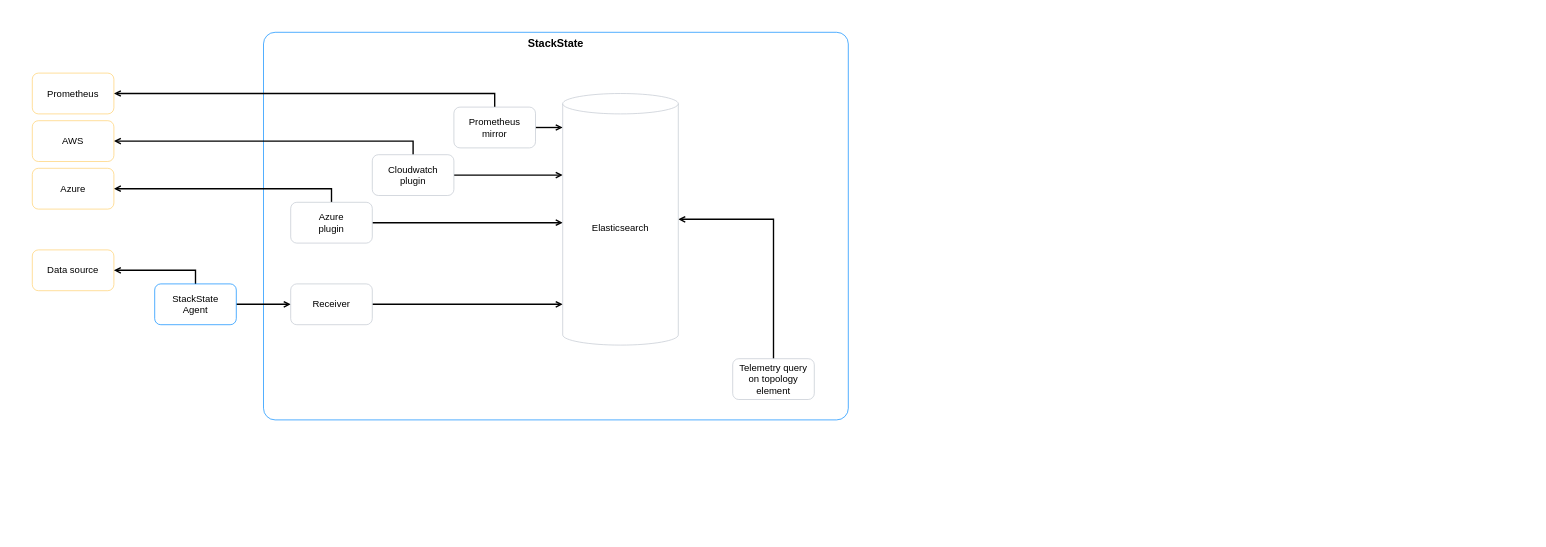
StackVista/stackstate-docs keeps this draw.io diagram as resources/drawio/telemetry-sync.drawio. Above is the earlier version. Source tidied: cells renumbered, new cells numbered last; positions are measured from the earlier drawing's top-left corner, leaving out a move shared by most shapes. Both pictures are drawn from the tidied source at 68%, with x=0, y=0 at pixel (12, 12).
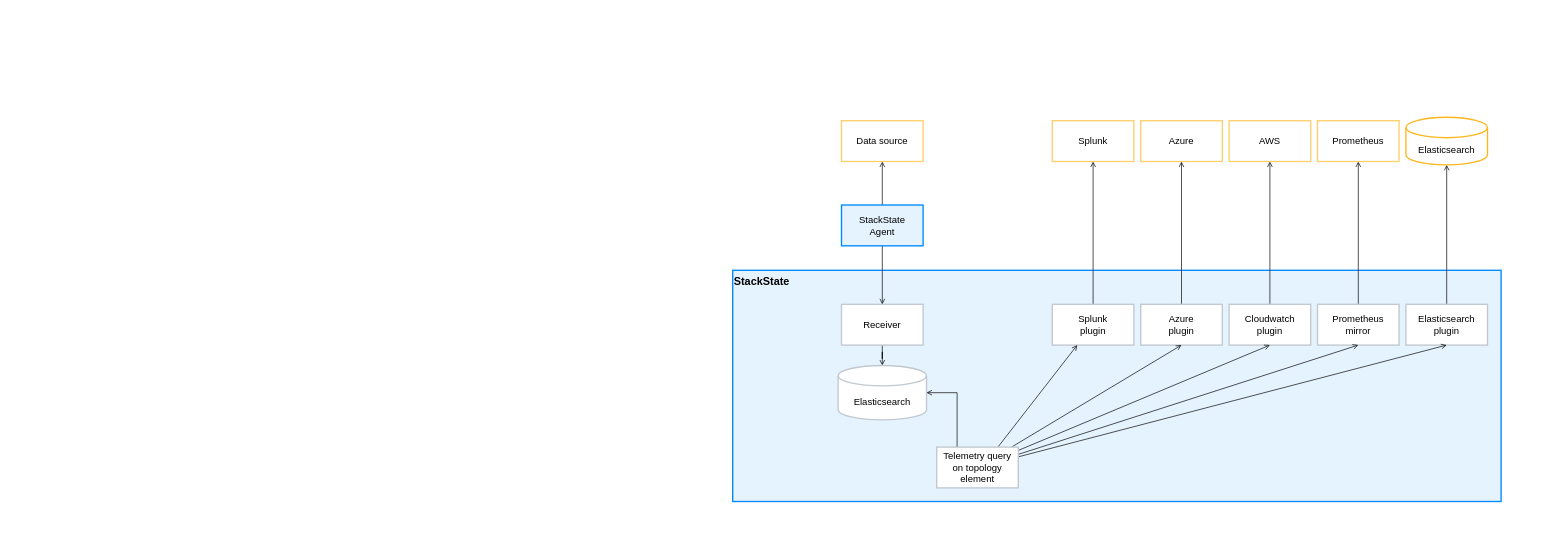
After the change.

What changed in the source:
```diff
@@
     <mxCell id="2" style="rounded=0;whiteSpace=wrap;html=1;strokeColor=none;strokeWidth=3;fontSize=14;verticalAlign=top;" parent="1" vertex="1">
-      <mxGeometry width="1300" height="630" as="geometry" />
+      <mxGeometry x="990" y="40" width="1250" height="730" as="geometry" />
     </mxCell>
-    <mxCell id="3" value="&lt;b&gt;&lt;font style=&quot;font-size: 16px&quot;&gt;StackState&lt;/font&gt;&lt;/b&gt;" style="rounded=1;whiteSpace=wrap;html=1;strokeWidth=1;strokeColor=#008AFF;arcSize=3;verticalAlign=top;" parent="1" vertex="1">
-      <mxGeometry x="370" y="30" width="860" height="570" as="geometry" />
+    <mxCell id="3" value="&lt;b&gt;&lt;font style=&quot;font-size: 16px&quot;&gt;StackState&lt;/font&gt;&lt;/b&gt;" style="rounded=0;whiteSpace=wrap;html=1;strokeWidth=2;strokeColor=#008AFF;arcSize=2;verticalAlign=top;fillColor=#008AFF;fillOpacity=10;align=left;" parent="1" vertex="1">
+      <mxGeometry x="1060" y="380" width="1130" height="340" as="geometry" />
     </mxCell>
-    <mxCell id="4" style="edgeStyle=orthogonalEdgeStyle;rounded=0;jettySize=auto;html=1;entryX=1;entryY=0.5;entryDx=0;entryDy=0;entryPerimeter=0;fontSize=14;endArrow=open;endFill=0;strokeWidth=2;exitX=0.5;exitY=0;exitDx=0;exitDy=0;" parent="1" edge="1" source="5" target="24">
-      <mxGeometry relative="1" as="geometry" />
-    </mxCell>
-    <mxCell id="5" value="Telemetry query on topology element" style="rounded=1;whiteSpace=wrap;html=1;strokeColor=#C1C8D0;strokeWidth=1;fontSize=14;" parent="1" vertex="1">
-      <mxGeometry x="1060" y="510" width="120" height="60" as="geometry" />
-    </mxCell>
+    <mxCell id="29" style="edgeStyle=none;rounded=0;jettySize=auto;html=1;entryX=0.5;entryY=1;entryDx=0;entryDy=0;entryPerimeter=0;fontSize=14;endArrow=open;endFill=0;strokeWidth=1;" parent="1" edge="1" source="30" target="43">
+      <mxGeometry relative="1" as="geometry" />
+    </mxCell>
+    <mxCell id="30" value="Elasticsearch&lt;br&gt;plugin" style="rounded=0;whiteSpace=wrap;html=1;strokeColor=#C1C8D0;strokeWidth=2;fontSize=14;" parent="1" vertex="1">
+      <mxGeometry x="2050" y="430" width="120" height="60" as="geometry" />
+    </mxCell>
-    <mxCell id="6" style="edgeStyle=orthogonalEdgeStyle;rounded=0;jettySize=auto;html=1;fontSize=16;endArrow=open;endFill=0;strokeWidth=2;entryX=1;entryY=0.5;entryDx=0;entryDy=0;exitX=0.5;exitY=0;exitDx=0;exitDy=0;" parent="1" edge="1" source="8" target="23">
+    <mxCell id="6" style="edgeStyle=none;rounded=0;jettySize=auto;html=1;entryX=0.5;entryY=1;entryDx=0;entryDy=0;fontSize=14;endArrow=open;endFill=0;strokeWidth=1;" parent="1" edge="1" source="8" target="23">
       <mxGeometry relative="1" as="geometry" />
     </mxCell>
-    <mxCell id="7" style="edgeStyle=orthogonalEdgeStyle;rounded=0;jettySize=auto;html=1;entryX=0;entryY=0.5;entryDx=0;entryDy=0;fontSize=12;endArrow=open;endFill=0;strokeWidth=2;" parent="1" edge="1" source="8" target="28">
-      <mxGeometry relative="1" as="geometry" />
-    </mxCell>
-    <mxCell id="8" value="Prometheus&lt;br&gt;mirror" style="rounded=1;whiteSpace=wrap;html=1;strokeColor=#C1C8D0;strokeWidth=1;fontSize=14;" parent="1" vertex="1">
-      <mxGeometry x="650" y="140" width="120" height="60" as="geometry" />
+    <mxCell id="8" value="Prometheus&lt;br&gt;mirror" style="rounded=0;whiteSpace=wrap;html=1;strokeColor=#C1C8D0;strokeWidth=2;fontSize=14;" parent="1" vertex="1">
+      <mxGeometry x="1920" y="430" width="120" height="60" as="geometry" />
     </mxCell>
-    <mxCell id="9" style="edgeStyle=orthogonalEdgeStyle;rounded=0;jettySize=auto;html=1;entryX=1;entryY=0.5;entryDx=0;entryDy=0;fontSize=16;endArrow=open;endFill=0;strokeWidth=2;exitX=0.5;exitY=0;exitDx=0;exitDy=0;" parent="1" edge="1" source="11" target="16">
+    <mxCell id="9" style="edgeStyle=none;rounded=0;jettySize=auto;html=1;entryX=0.5;entryY=1;entryDx=0;entryDy=0;fontSize=14;endArrow=open;endFill=0;strokeWidth=1;" parent="1" edge="1" source="11" target="16">
       <mxGeometry relative="1" as="geometry" />
     </mxCell>
-    <mxCell id="10" style="edgeStyle=orthogonalEdgeStyle;rounded=0;jettySize=auto;html=1;fontSize=12;endArrow=open;endFill=0;strokeWidth=2;" parent="1" edge="1" source="11" target="27">
-      <mxGeometry relative="1" as="geometry" />
-    </mxCell>
-    <mxCell id="11" value="Cloudwatch&lt;br&gt;plugin" style="rounded=1;whiteSpace=wrap;html=1;strokeColor=#C1C8D0;strokeWidth=1;fontSize=14;" parent="1" vertex="1">
-      <mxGeometry x="530" y="210" width="120" height="60" as="geometry" />
+    <mxCell id="11" value="Cloudwatch&lt;br&gt;plugin" style="rounded=0;whiteSpace=wrap;html=1;strokeColor=#C1C8D0;strokeWidth=2;fontSize=14;" parent="1" vertex="1">
+      <mxGeometry x="1790" y="430" width="120" height="60" as="geometry" />
     </mxCell>
-    <mxCell id="12" style="edgeStyle=orthogonalEdgeStyle;rounded=0;jettySize=auto;html=1;exitX=0.5;exitY=0;exitDx=0;exitDy=0;entryX=1;entryY=0.5;entryDx=0;entryDy=0;fontSize=16;endArrow=open;endFill=0;strokeWidth=2;" parent="1" edge="1" source="14" target="17">
+    <mxCell id="12" style="edgeStyle=none;rounded=0;jettySize=auto;html=1;entryX=0.5;entryY=1;entryDx=0;entryDy=0;fontSize=14;endArrow=open;endFill=0;strokeWidth=1;" parent="1" edge="1" source="14" target="17">
       <mxGeometry relative="1" as="geometry" />
     </mxCell>
-    <mxCell id="13" style="edgeStyle=orthogonalEdgeStyle;rounded=0;jettySize=auto;html=1;exitX=1;exitY=0.5;exitDx=0;exitDy=0;entryX=0;entryY=0.5;entryDx=0;entryDy=0;fontSize=16;endArrow=open;endFill=0;strokeWidth=2;" parent="1" edge="1" source="14" target="26">
-      <mxGeometry relative="1" as="geometry" />
-    </mxCell>
-    <mxCell id="14" value="Azure&lt;br&gt;plugin" style="rounded=1;whiteSpace=wrap;html=1;strokeColor=#C1C8D0;strokeWidth=1;fontSize=14;" parent="1" vertex="1">
-      <mxGeometry x="410" y="280" width="120" height="60" as="geometry" />
+    <mxCell id="14" value="Azure&lt;br&gt;plugin" style="rounded=0;whiteSpace=wrap;html=1;strokeColor=#C1C8D0;strokeWidth=2;fontSize=14;" parent="1" vertex="1">
+      <mxGeometry x="1660" y="430" width="120" height="60" as="geometry" />
     </mxCell>
+    <mxCell id="31" style="edgeStyle=none;rounded=0;jettySize=auto;html=1;entryX=0.5;entryY=1;entryDx=0;entryDy=0;fontSize=14;endArrow=open;endFill=0;strokeWidth=1;" parent="1" edge="1" source="32" target="44">
+      <mxGeometry relative="1" as="geometry" />
+    </mxCell>
+    <mxCell id="32" value="Splunk&lt;br&gt;plugin" style="rounded=0;whiteSpace=wrap;html=1;strokeColor=#C1C8D0;strokeWidth=2;fontSize=14;" parent="1" vertex="1">
+      <mxGeometry x="1530" y="430" width="120" height="60" as="geometry" />
+    </mxCell>
+    <mxCell id="33" style="edgeStyle=orthogonalEdgeStyle;rounded=0;jettySize=auto;html=1;fontSize=14;endArrow=open;endFill=0;strokeWidth=1;" parent="1" edge="1" source="22" target="35">
+      <mxGeometry relative="1" as="geometry" />
+    </mxCell>
+    <mxCell id="22" value="Receiver" style="rounded=0;whiteSpace=wrap;html=1;strokeColor=#C1C8D0;strokeWidth=2;fontSize=14;" parent="1" vertex="1">
+      <mxGeometry x="1220" y="430" width="120" height="60" as="geometry" />
+    </mxCell>
+    <mxCell id="34" style="group;" parent="1" vertex="1">
+      <mxGeometry x="1215" y="520" width="130" height="80" as="geometry" />
+    </mxCell>
+    <mxCell id="35" value="Elasticsearch" style="shape=cylinder3;whiteSpace=wrap;html=1;boundedLbl=1;backgroundOutline=1;size=15;rounded=0;strokeColor=#C1C8D0;strokeWidth=2;fontSize=14;" parent="34" vertex="1">
+      <mxGeometry width="130" height="80" as="geometry" />
+    </mxCell>
+    <mxCell id="36" style="rounded=1;whiteSpace=wrap;html=1;strokeColor=none;strokeWidth=1;fillColor=none;" parent="34" vertex="1">
+      <mxGeometry y="10" width="40" height="60" as="geometry" />
+    </mxCell>
+    <mxCell id="37" style="edgeStyle=orthogonalEdgeStyle;rounded=0;jettySize=auto;html=1;entryX=1;entryY=0.5;entryDx=0;entryDy=0;entryPerimeter=0;fontSize=14;endArrow=open;endFill=0;strokeWidth=1;exitX=0.25;exitY=0;exitDx=0;exitDy=0;" parent="1" edge="1" source="5" target="35">
+      <mxGeometry relative="1" as="geometry" />
+    </mxCell>
+    <mxCell id="38" style="rounded=0;jettySize=auto;html=1;fontSize=14;endArrow=open;endFill=0;strokeWidth=1;exitX=0.75;exitY=0;exitDx=0;exitDy=0;" parent="1" edge="1" source="5" target="32">
+      <mxGeometry relative="1" as="geometry" />
+    </mxCell>
+    <mxCell id="39" style="edgeStyle=none;rounded=0;jettySize=auto;html=1;entryX=0.5;entryY=1;entryDx=0;entryDy=0;fontSize=14;endArrow=open;endFill=0;strokeWidth=1;" parent="1" edge="1" source="5" target="14">
+      <mxGeometry relative="1" as="geometry" />
+    </mxCell>
+    <mxCell id="40" style="edgeStyle=none;rounded=0;jettySize=auto;html=1;entryX=0.5;entryY=1;entryDx=0;entryDy=0;fontSize=14;endArrow=open;endFill=0;strokeWidth=1;" parent="1" edge="1" source="5" target="11">
+      <mxGeometry relative="1" as="geometry" />
+    </mxCell>
+    <mxCell id="41" style="edgeStyle=none;rounded=0;jettySize=auto;html=1;entryX=0.5;entryY=1;entryDx=0;entryDy=0;fontSize=14;endArrow=open;endFill=0;strokeWidth=1;" parent="1" edge="1" source="5" target="8">
+      <mxGeometry relative="1" as="geometry" />
+    </mxCell>
+    <mxCell id="42" style="edgeStyle=none;rounded=0;jettySize=auto;html=1;entryX=0.5;entryY=1;entryDx=0;entryDy=0;fontSize=14;endArrow=open;endFill=0;strokeWidth=1;" parent="1" edge="1" source="5" target="30">
+      <mxGeometry relative="1" as="geometry" />
+    </mxCell>
+    <mxCell id="5" value="Telemetry query on topology element" style="rounded=0;whiteSpace=wrap;html=1;strokeColor=#C1C8D0;strokeWidth=2;fontSize=14;" parent="1" vertex="1">
+      <mxGeometry x="1360" y="640" width="120" height="60" as="geometry" />
+    </mxCell>
+    <mxCell id="19" style="edgeStyle=none;rounded=0;jettySize=auto;html=1;fontSize=14;endArrow=open;endFill=0;strokeWidth=1;" parent="1" edge="1" source="20" target="22">
+      <mxGeometry relative="1" as="geometry" />
+    </mxCell>
+    <mxCell id="18" style="edgeStyle=none;rounded=0;jettySize=auto;html=1;entryX=0.5;entryY=1;entryDx=0;entryDy=0;fontSize=14;endArrow=open;endFill=0;strokeWidth=1;" parent="1" edge="1" source="20" target="15">
+      <mxGeometry relative="1" as="geometry" />
+    </mxCell>
+    <mxCell id="20" value="StackState&lt;br&gt;Agent" style="rounded=0;whiteSpace=wrap;html=1;strokeWidth=2;strokeColor=#008AFF;fontSize=14;verticalAlign=middle;fillColor=#008AFF;fillOpacity=10;" parent="1" vertex="1">
+      <mxGeometry x="1220" y="284" width="120" height="60" as="geometry" />
+    </mxCell>
-    <mxCell id="15" value="Data source" style="rounded=1;whiteSpace=wrap;html=1;strokeWidth=1;strokeColor=#FFD06D;fontSize=14;" parent="1" vertex="1">
-      <mxGeometry x="30" y="350" width="120" height="60" as="geometry" />
+    <mxCell id="15" value="Data source" style="rounded=0;whiteSpace=wrap;html=1;strokeWidth=2;strokeColor=#FFD06D;fontSize=14;" parent="1" vertex="1">
+      <mxGeometry x="1220" y="160" width="120" height="60" as="geometry" />
     </mxCell>
+    <mxCell id="43" value="Elasticsearch" style="shape=cylinder3;whiteSpace=wrap;html=1;boundedLbl=1;backgroundOutline=1;size=15;rounded=0;strokeColor=#FFB61E;strokeWidth=2;fontSize=14;" parent="1" vertex="1">
+      <mxGeometry x="2050" y="155" width="120" height="70" as="geometry" />
+    </mxCell>
+    <mxCell id="23" value="Prometheus" style="rounded=0;whiteSpace=wrap;html=1;strokeWidth=2;strokeColor=#FFD06D;fontSize=14;" parent="1" vertex="1">
+      <mxGeometry x="1920" y="160" width="120" height="60" as="geometry" />
+    </mxCell>
-    <mxCell id="16" value="AWS" style="rounded=1;whiteSpace=wrap;html=1;strokeWidth=1;strokeColor=#FFD06D;fontSize=14;" parent="1" vertex="1">
-      <mxGeometry x="30" y="160" width="120" height="60" as="geometry" />
+    <mxCell id="16" value="AWS" style="rounded=0;whiteSpace=wrap;html=1;strokeWidth=2;strokeColor=#FFD06D;fontSize=14;" parent="1" vertex="1">
+      <mxGeometry x="1790" y="160" width="120" height="60" as="geometry" />
     </mxCell>
-    <mxCell id="17" value="Azure" style="rounded=1;whiteSpace=wrap;html=1;strokeWidth=1;strokeColor=#FFD06D;fontSize=14;" parent="1" vertex="1">
-      <mxGeometry x="30" y="230" width="120" height="60" as="geometry" />
+    <mxCell id="17" value="Azure" style="rounded=0;whiteSpace=wrap;html=1;strokeWidth=2;strokeColor=#FFD06D;fontSize=14;" parent="1" vertex="1">
+      <mxGeometry x="1660" y="160" width="120" height="60" as="geometry" />
     </mxCell>
-    <mxCell id="18" style="edgeStyle=orthogonalEdgeStyle;rounded=0;jettySize=auto;html=1;entryX=1;entryY=0.5;entryDx=0;entryDy=0;fontSize=12;endArrow=open;endFill=0;strokeWidth=2;exitX=0.5;exitY=0;exitDx=0;exitDy=0;" parent="1" edge="1" source="20" target="15">
-      <mxGeometry relative="1" as="geometry" />
-    </mxCell>
-    <mxCell id="19" style="edgeStyle=orthogonalEdgeStyle;rounded=0;jettySize=auto;html=1;entryX=0;entryY=0.5;entryDx=0;entryDy=0;fontSize=12;endArrow=open;endFill=0;strokeWidth=2;" parent="1" edge="1" source="20" target="22">
-      <mxGeometry relative="1" as="geometry" />
-    </mxCell>
-    <mxCell id="20" value="StackState&lt;br&gt;Agent" style="rounded=1;whiteSpace=wrap;html=1;strokeWidth=1;strokeColor=#008AFF;fontSize=14;verticalAlign=middle;" parent="1" vertex="1">
-      <mxGeometry x="210" y="400" width="120" height="60" as="geometry" />
-    </mxCell>
-    <mxCell id="21" style="edgeStyle=orthogonalEdgeStyle;rounded=0;jettySize=auto;html=1;entryX=0;entryY=0.5;entryDx=0;entryDy=0;fontSize=12;endArrow=open;endFill=0;strokeWidth=2;" parent="1" edge="1" source="22" target="25">
-      <mxGeometry relative="1" as="geometry" />
-    </mxCell>
-    <mxCell id="22" value="Receiver" style="rounded=1;whiteSpace=wrap;html=1;strokeColor=#C1C8D0;strokeWidth=1;fontSize=14;" parent="1" vertex="1">
-      <mxGeometry x="410" y="400" width="120" height="60" as="geometry" />
-    </mxCell>
-    <mxCell id="23" value="Prometheus" style="rounded=1;whiteSpace=wrap;html=1;strokeWidth=1;strokeColor=#FFD06D;fontSize=14;" parent="1" vertex="1">
-      <mxGeometry x="30" y="90" width="120" height="60" as="geometry" />
-    </mxCell>
-    <mxCell id="24" value="Elasticsearch" style="shape=cylinder3;whiteSpace=wrap;html=1;boundedLbl=1;backgroundOutline=1;size=15;rounded=0;strokeColor=#C1C8D0;strokeWidth=1;fontSize=14;" parent="1" vertex="1">
-      <mxGeometry x="810" y="120" width="170" height="370" as="geometry" />
-    </mxCell>
-    <mxCell id="25" style="rounded=1;whiteSpace=wrap;html=1;strokeColor=none;strokeWidth=1;fillColor=none;" parent="1" vertex="1">
-      <mxGeometry x="810" y="400" width="40" height="60" as="geometry" />
-    </mxCell>
-    <mxCell id="26" style="rounded=1;whiteSpace=wrap;html=1;strokeColor=none;strokeWidth=1;fillColor=none;" parent="1" vertex="1">
-      <mxGeometry x="810" y="280" width="40" height="60" as="geometry" />
-    </mxCell>
-    <mxCell id="27" style="rounded=1;whiteSpace=wrap;html=1;strokeColor=none;strokeWidth=1;fillColor=none;" parent="1" vertex="1">
-      <mxGeometry x="810" y="210" width="40" height="60" as="geometry" />
-    </mxCell>
-    <mxCell id="28" style="rounded=1;whiteSpace=wrap;html=1;strokeColor=none;strokeWidth=1;fillColor=none;" parent="1" vertex="1">
-      <mxGeometry x="810" y="140" width="40" height="60" as="geometry" />
-    </mxCell>
+    <mxCell id="44" value="Splunk" style="rounded=0;whiteSpace=wrap;html=1;strokeWidth=2;strokeColor=#FFD06D;fontSize=14;" parent="1" vertex="1">
+      <mxGeometry x="1530" y="160" width="120" height="60" as="geometry" />
+    </mxCell>
```
